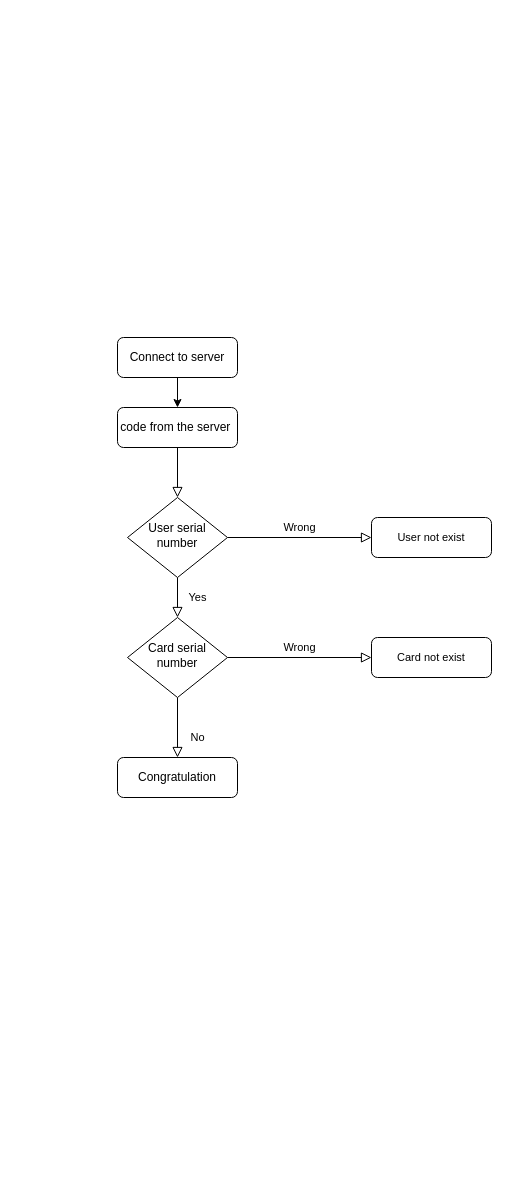
This is pseudo code.drawio from mmdarrah/klassdiagram-Guldkortet, a draw.io file, before an edit. Source tidied: cells renumbered, new cells numbered last; positions are measured from the earlier drawing's top-left corner, leaving out a move shared by most shapes. Both pictures are drawn from the tidied source at 100%, with x=0, y=0 at pixel (117, 337).
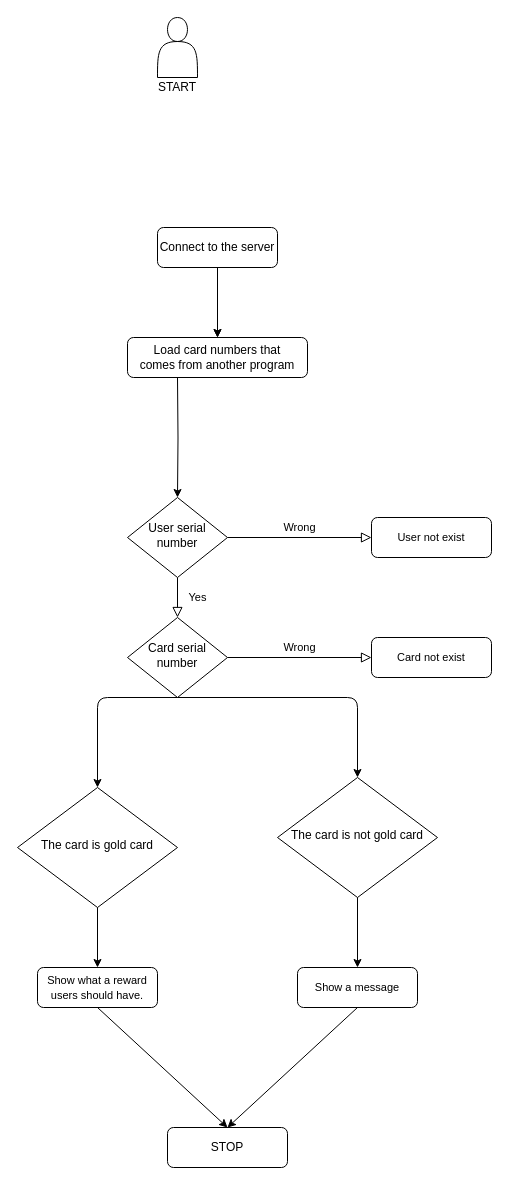
The same diagram, later.

The change refers to these unchanged cells:
```xml
<mxCell id="6" value="&lt;span style=&quot;text-align: left&quot;&gt;User serial number&lt;/span&gt;" style="rhombus;whiteSpace=wrap;html=1;shadow=0;fontFamily=Helvetica;fontSize=12;align=center;strokeWidth=1;spacing=6;spacingTop=-4;" parent="1" vertex="1">
  <mxGeometry x="10" y="160" width="100" height="80" as="geometry" />
</mxCell>
<mxCell id="10" value="&lt;span style=&quot;text-align: left&quot;&gt;Card serial number&lt;/span&gt;" style="rhombus;whiteSpace=wrap;html=1;shadow=0;fontFamily=Helvetica;fontSize=12;align=center;strokeWidth=1;spacing=6;spacingTop=-4;" parent="1" vertex="1">
  <mxGeometry x="10" y="280" width="100" height="80" as="geometry" />
</mxCell>
```

Change to the diagram source:
```diff
@@
-    <mxCell id="2" style="rounded=0;html=1;jettySize=auto;fontSize=11;endArrow=block;endFill=0;endSize=8;strokeWidth=1;shadow=0;labelBackgroundColor=none;edgeStyle=orthogonalEdgeStyle;" parent="1" edge="1" source="3" target="6">
-      <mxGeometry relative="1" as="geometry" />
-    </mxCell>
-    <mxCell id="3" value="code from the server&amp;nbsp;" style="rounded=1;whiteSpace=wrap;html=1;fontSize=12;glass=0;strokeWidth=1;shadow=0;" parent="1" vertex="1">
-      <mxGeometry y="70" width="120" height="40" as="geometry" />
-    </mxCell>
@@
-    <mxCell id="8" value="No" style="rounded=0;html=1;jettySize=auto;fontSize=11;endArrow=block;endFill=0;endSize=8;strokeWidth=1;shadow=0;labelBackgroundColor=none;edgeStyle=orthogonalEdgeStyle;" parent="1" edge="1" source="10" target="11">
-      <mxGeometry x="0.33" y="20" relative="1" as="geometry" />
-    </mxCell>
@@
-    <mxCell id="11" value="Congratulation" style="rounded=1;whiteSpace=wrap;html=1;fontSize=12;glass=0;strokeWidth=1;shadow=0;" parent="1" vertex="1">
-      <mxGeometry y="420" width="120" height="40" as="geometry" />
+    <mxCell id="11" value="STOP" style="rounded=1;whiteSpace=wrap;html=1;fontSize=12;glass=0;strokeWidth=1;shadow=0;" parent="1" vertex="1">
+      <mxGeometry x="50" y="790" width="120" height="40" as="geometry" />
     </mxCell>
@@
-    <mxCell id="13" style="edgeStyle=orthogonalEdgeStyle;rounded=0;jettySize=auto;html=1;" parent="1" edge="1" source="14" target="3">
-      <mxGeometry relative="1" as="geometry" />
+    <mxCell id="13" style="edgeStyle=orthogonalEdgeStyle;rounded=0;jettySize=auto;html=1;entryX=0.5;entryY=0;entryDx=0;entryDy=0;" parent="1" edge="1" target="6">
+      <mxGeometry relative="1" as="geometry">
+        <mxPoint x="60" y="40" as="sourcePoint" />
+      </mxGeometry>
     </mxCell>
-    <mxCell id="14" value="Connect to server" style="rounded=1;whiteSpace=wrap;html=1;fontSize=12;glass=0;strokeWidth=1;shadow=0;" parent="1" vertex="1">
-      <mxGeometry width="120" height="40" as="geometry" />
+    <mxCell id="14" value="&lt;div&gt;Load card numbers that&lt;/div&gt;&lt;div&gt;comes from another program&lt;/div&gt;" style="rounded=1;whiteSpace=wrap;html=1;fontSize=12;glass=0;strokeWidth=1;shadow=0;" parent="1" vertex="1">
+      <mxGeometry x="10" width="180" height="40" as="geometry" />
     </mxCell>
+    <mxCell id="15" style="edgeStyle=orthogonalEdgeStyle;rounded=0;jettySize=auto;html=1;exitX=0.5;exitY=1;exitDx=0;exitDy=0;" parent="1" edge="1" source="19" target="14">
+      <mxGeometry relative="1" as="geometry" />
+    </mxCell>
+    <mxCell id="16" style="shape=actor;whiteSpace=wrap;html=1;" parent="1" vertex="1">
+      <mxGeometry x="40" y="-320" width="40" height="60" as="geometry" />
+    </mxCell>
+    <mxCell id="17" value="START" style="text;html=1;strokeColor=none;fillColor=none;align=center;verticalAlign=middle;whiteSpace=wrap;rounded=0;" parent="1" vertex="1">
+      <mxGeometry x="40" y="-260" width="40" height="20" as="geometry" />
+    </mxCell>
+    <mxCell id="18" style="edgeStyle=orthogonalEdgeStyle;rounded=0;jettySize=auto;html=1;" parent="1" edge="1" source="19" target="14">
+      <mxGeometry relative="1" as="geometry" />
+    </mxCell>
+    <mxCell id="19" value="Connect to the server" style="rounded=1;whiteSpace=wrap;html=1;fontSize=12;glass=0;strokeWidth=1;shadow=0;" parent="1" vertex="1">
+      <mxGeometry x="40" y="-110" width="120" height="40" as="geometry" />
+    </mxCell>
+    <mxCell id="20" value="&lt;span style=&quot;text-align: left&quot;&gt;The card is gold card&lt;/span&gt;" style="rhombus;whiteSpace=wrap;html=1;shadow=0;fontFamily=Helvetica;fontSize=12;align=center;strokeWidth=1;spacing=6;spacingTop=-4;" parent="1" vertex="1">
+      <mxGeometry x="-100" y="450" width="160" height="120" as="geometry" />
+    </mxCell>
+    <mxCell id="21" value="&lt;span style=&quot;text-align: left&quot;&gt;The card is not gold card&lt;/span&gt;" style="rhombus;whiteSpace=wrap;html=1;shadow=0;fontFamily=Helvetica;fontSize=12;align=center;strokeWidth=1;spacing=6;spacingTop=-4;" parent="1" vertex="1">
+      <mxGeometry x="160" y="440" width="160" height="120" as="geometry" />
+    </mxCell>
+    <mxCell id="22" style="endArrow=classic;html=1;exitX=0.5;exitY=1;exitDx=0;exitDy=0;" parent="1" edge="1" source="10">
+      <mxGeometry relative="1" as="geometry">
+        <mxPoint x="240" y="440" as="targetPoint" />
+        <Array as="points">
+          <mxPoint x="240" y="360" />
+        </Array>
+      </mxGeometry>
+    </mxCell>
+    <mxCell id="23" style="endArrow=classic;html=1;exitX=0.5;exitY=1;exitDx=0;exitDy=0;" parent="1" edge="1" source="10">
+      <mxGeometry relative="1" as="geometry">
+        <mxPoint x="-20" y="450" as="targetPoint" />
+        <Array as="points">
+          <mxPoint x="-20" y="360" />
+        </Array>
+      </mxGeometry>
+    </mxCell>
+    <mxCell id="24" style="endArrow=classic;html=1;exitX=0.5;exitY=1;exitDx=0;exitDy=0;" parent="1" edge="1" source="20">
+      <mxGeometry relative="1" as="geometry">
+        <mxPoint x="-20" y="630" as="targetPoint" />
+      </mxGeometry>
+    </mxCell>
+    <mxCell id="25" value="&lt;div&gt;&lt;span style=&quot;font-size: 11px&quot;&gt;Show what a reward&lt;/span&gt;&lt;/div&gt;&lt;div&gt;&lt;span style=&quot;font-size: 11px&quot;&gt;users should have.&lt;/span&gt;&lt;/div&gt;" style="rounded=1;whiteSpace=wrap;html=1;fontSize=12;glass=0;strokeWidth=1;shadow=0;" parent="1" vertex="1">
+      <mxGeometry x="-80" y="630" width="120" height="40" as="geometry" />
+    </mxCell>
+    <mxCell id="26" style="endArrow=classic;html=1;exitX=0.5;exitY=1;exitDx=0;exitDy=0;" parent="1" edge="1" source="21">
+      <mxGeometry relative="1" as="geometry">
+        <mxPoint x="240" y="630" as="targetPoint" />
+      </mxGeometry>
+    </mxCell>
+    <mxCell id="27" value="&lt;div&gt;&lt;span style=&quot;font-size: 11px&quot;&gt;Show a message&lt;br&gt;&lt;/span&gt;&lt;/div&gt;" style="rounded=1;whiteSpace=wrap;html=1;fontSize=12;glass=0;strokeWidth=1;shadow=0;" parent="1" vertex="1">
+      <mxGeometry x="180" y="630" width="120" height="40" as="geometry" />
+    </mxCell>
+    <mxCell id="28" style="endArrow=classic;html=1;exitX=0.5;exitY=1;exitDx=0;exitDy=0;entryX=0.5;entryY=0;entryDx=0;entryDy=0;" parent="1" edge="1" source="27" target="11">
+      <mxGeometry relative="1" as="geometry" />
+    </mxCell>
+    <mxCell id="29" style="endArrow=classic;html=1;exitX=0.5;exitY=1;exitDx=0;exitDy=0;entryX=0.5;entryY=0;entryDx=0;entryDy=0;" parent="1" edge="1" source="25" target="11">
+      <mxGeometry relative="1" as="geometry" />
+    </mxCell>
```
